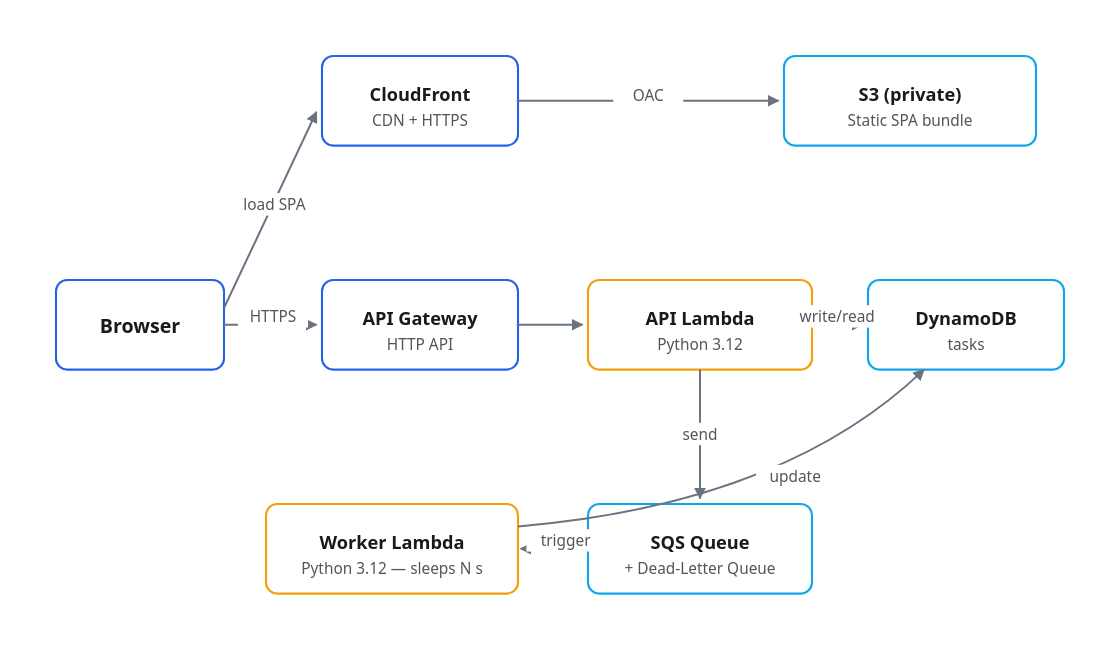
vadim-uvarov/aws-demo-simple-task-queue keeps this draw.io diagram as frontend/src/assets/architecture.svg. Above is the earlier version. Source tidied: cells renumbered, new cells last; positions are measured from the earlier drawing's top-left corner, leaving out a move shared by most shapes.
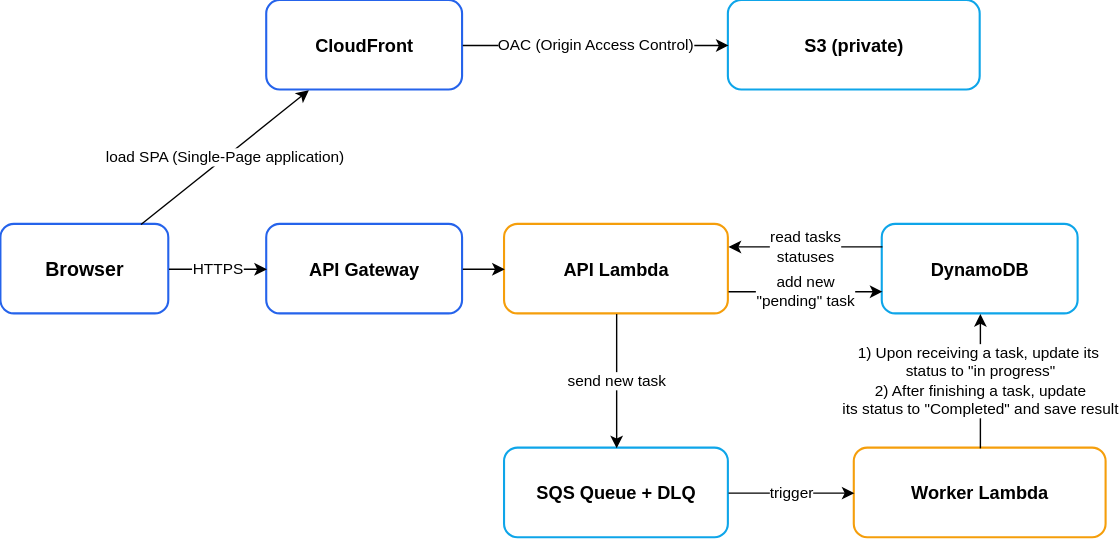
Above is the later version.

Commit message:
feat(architecture.svg): fix the architecture diagram

What changed in the source:
```diff
@@ -3,33 +3,33 @@
     <mxCell id="0" />
     <mxCell id="1" parent="0" />
     <mxCell id="2" value="Browser" style="rounded=1;whiteSpace=wrap;html=1;fillColor=#ffffff;strokeColor=#2563eb;strokeWidth=1.5;fontSize=14;fontStyle=1;" parent="1" vertex="1">
-      <mxGeometry y="160" width="120" height="64" as="geometry" />
+      <mxGeometry x="-11" y="160" width="120" height="64" as="geometry" />
     </mxCell>
     <mxCell id="3" value="CloudFront" style="rounded=1;whiteSpace=wrap;html=1;fillColor=#ffffff;strokeColor=#2563eb;strokeWidth=1.5;fontSize=13;fontStyle=1;" parent="1" vertex="1">
-      <mxGeometry x="190" width="140" height="64" as="geometry" />
+      <mxGeometry x="179" width="140" height="64" as="geometry" />
     </mxCell>
     <mxCell id="4" value="S3 (private)" style="rounded=1;whiteSpace=wrap;html=1;fillColor=#ffffff;strokeColor=#0ea5e9;strokeWidth=1.5;fontSize=13;fontStyle=1;" parent="1" vertex="1">
-      <mxGeometry x="520" width="180" height="64" as="geometry" />
+      <mxGeometry x="509" width="180" height="64" as="geometry" />
     </mxCell>
     <mxCell id="5" value="API Gateway" style="rounded=1;whiteSpace=wrap;html=1;fillColor=#ffffff;strokeColor=#2563eb;strokeWidth=1.5;fontSize=13;fontStyle=1;" parent="1" vertex="1">
-      <mxGeometry x="190" y="160" width="140" height="64" as="geometry" />
+      <mxGeometry x="179" y="160" width="140" height="64" as="geometry" />
     </mxCell>
     <mxCell id="6" value="API Lambda" style="rounded=1;whiteSpace=wrap;html=1;fillColor=#ffffff;strokeColor=#f59e0b;strokeWidth=1.5;fontSize=13;fontStyle=1;" parent="1" vertex="1">
-      <mxGeometry x="380" y="160" width="160" height="64" as="geometry" />
+      <mxGeometry x="349" y="160" width="160" height="64" as="geometry" />
     </mxCell>
     <mxCell id="7" value="DynamoDB" style="rounded=1;whiteSpace=wrap;html=1;fillColor=#ffffff;strokeColor=#0ea5e9;strokeWidth=1.5;fontSize=13;fontStyle=1;" parent="1" vertex="1">
-      <mxGeometry x="580" y="160" width="140" height="64" as="geometry" />
+      <mxGeometry x="619" y="160" width="140" height="64" as="geometry" />
     </mxCell>
     <mxCell id="8" value="SQS Queue + DLQ" style="rounded=1;whiteSpace=wrap;html=1;fillColor=#ffffff;strokeColor=#0ea5e9;strokeWidth=1.5;fontSize=13;fontStyle=1;" parent="1" vertex="1">
-      <mxGeometry x="380" y="320" width="160" height="64" as="geometry" />
+      <mxGeometry x="349" y="320" width="160" height="64" as="geometry" />
     </mxCell>
     <mxCell id="9" value="Worker Lambda" style="rounded=1;whiteSpace=wrap;html=1;fillColor=#ffffff;strokeColor=#f59e0b;strokeWidth=1.5;fontSize=13;fontStyle=1;" parent="1" vertex="1">
-      <mxGeometry x="150" y="320" width="180" height="64" as="geometry" />
+      <mxGeometry x="599" y="320" width="180" height="64" as="geometry" />
     </mxCell>
-    <mxCell id="10" value="load SPA" style="endArrow=classic;html=1;rounded=0;" parent="1" edge="1" source="2" target="3">
+    <mxCell id="10" value="load SPA (Single-Page application)" style="endArrow=classic;html=1;rounded=0;startArrow=none;startFill=0;" parent="1" edge="1" source="2" target="3">
       <mxGeometry relative="1" as="geometry" />
     </mxCell>
-    <mxCell id="11" value="OAC" style="endArrow=classic;html=1;rounded=0;" parent="1" edge="1" source="3" target="4">
+    <mxCell id="11" value="OAC (Origin Access Control)" style="endArrow=classic;html=1;rounded=0;" parent="1" edge="1" source="3" target="4">
       <mxGeometry relative="1" as="geometry" />
     </mxCell>
     <mxCell id="12" value="HTTPS" style="endArrow=classic;html=1;rounded=0;" parent="1" edge="1" source="2" target="5">
@@ -38,17 +38,20 @@
     <mxCell id="13" style="endArrow=classic;html=1;rounded=0;" parent="1" edge="1" source="5" target="6">
       <mxGeometry relative="1" as="geometry" />
     </mxCell>
-    <mxCell id="14" value="write/read" style="endArrow=classic;html=1;rounded=0;" parent="1" edge="1" source="6" target="7">
-      <mxGeometry relative="1" as="geometry" />
+    <mxCell id="14" value="read tasks&lt;div&gt;statuses&lt;/div&gt;" style="endArrow=none;html=1;rounded=0;startArrow=classic;startFill=1;endFill=0;exitX=1;exitY=0.25;exitDx=0;exitDy=0;entryX=0;entryY=0.25;entryDx=0;entryDy=0;" parent="1" edge="1" source="6" target="7">
+      <mxGeometry x="0.01" relative="1" as="geometry" />
     </mxCell>
-    <mxCell id="15" value="send" style="endArrow=classic;html=1;rounded=0;" parent="1" edge="1" source="6" target="8">
-      <mxGeometry relative="1" as="geometry" />
+    <mxCell id="15" value="send new task" style="endArrow=classic;html=1;rounded=0;" parent="1" edge="1" source="6" target="8">
+      <mxGeometry x="0.01" relative="1" as="geometry" />
     </mxCell>
     <mxCell id="16" value="trigger" style="endArrow=classic;html=1;rounded=0;" parent="1" edge="1" source="8" target="9">
       <mxGeometry relative="1" as="geometry" />
     </mxCell>
-    <mxCell id="17" value="update" style="endArrow=classic;html=1;rounded=0;" parent="1" edge="1" source="9" target="7">
-      <mxGeometry relative="1" as="geometry" />
+    <mxCell id="17" value="1) Upon receiving a task, update its&amp;nbsp;&lt;div&gt;status to &quot;in progress&lt;span style=&quot;background-color: light-dark(#ffffff, var(--ge-dark-color, #121212)); color: light-dark(rgb(0, 0, 0), rgb(255, 255, 255));&quot;&gt;&quot;&lt;/span&gt;&lt;div&gt;&lt;div&gt;2) After finishing a task, update&lt;/div&gt;&lt;div&gt;its status to &quot;Completed&quot; and save result&lt;/div&gt;&lt;/div&gt;&lt;/div&gt;" style="endArrow=classic;html=1;rounded=0;" parent="1" edge="1" source="9" target="7">
+      <mxGeometry x="0.01" relative="1" as="geometry" />
     </mxCell>
+    <mxCell id="18" value="add new&lt;div&gt;&quot;pending&quot; task&lt;/div&gt;" style="endArrow=classic;html=1;rounded=0;startArrow=none;startFill=0;exitX=1;exitY=0.75;exitDx=0;exitDy=0;entryX=0;entryY=0.75;entryDx=0;entryDy=0;" parent="1" edge="1" source="6" target="7">
+      <mxGeometry x="0.01" relative="1" as="geometry" />
+    </mxCell>
   </root>
 </mxGraphModel>
```
